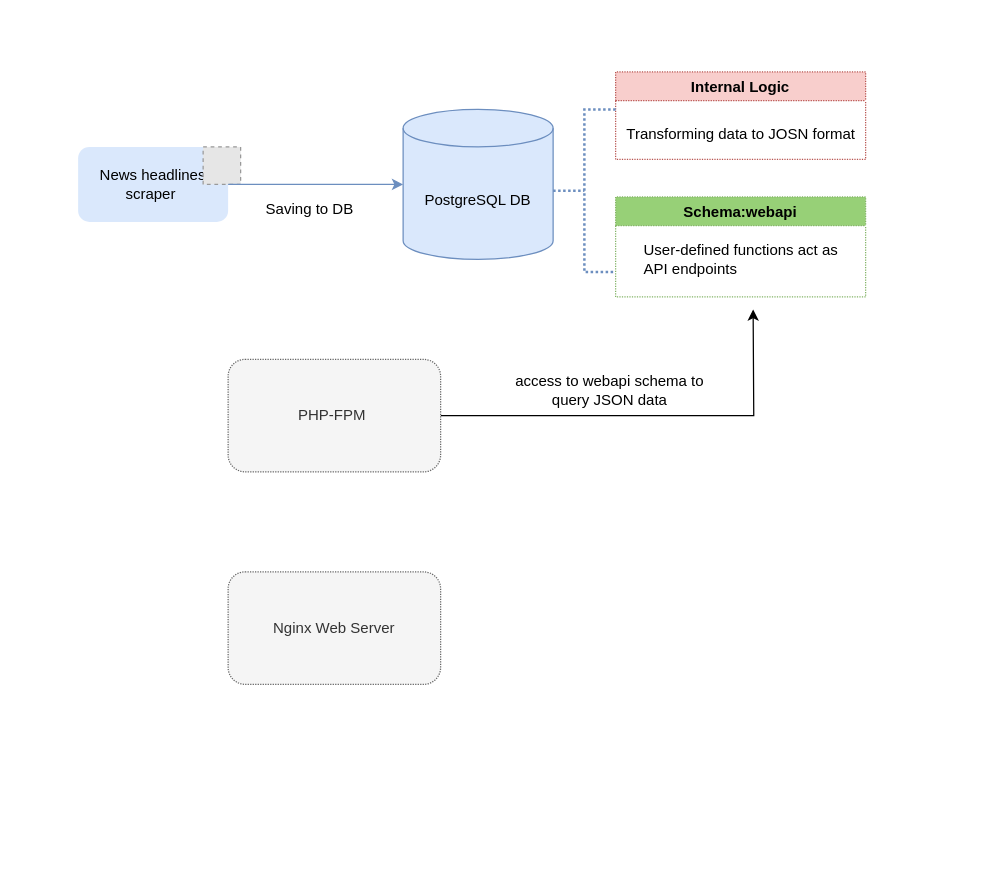
Earlier version of the draw.io diagram flashbacknews.drawio (simoncse/diagrams). Source tidied: cells renumbered, new cells numbered last; positions are measured from the earlier drawing's top-left corner, leaving out a move shared by most shapes. Both pictures are drawn from the tidied source at 125%, with x=0, y=0 at pixel (78, 71). Pictures stored in the file or linked from it are replaced by grey dashed boxes.
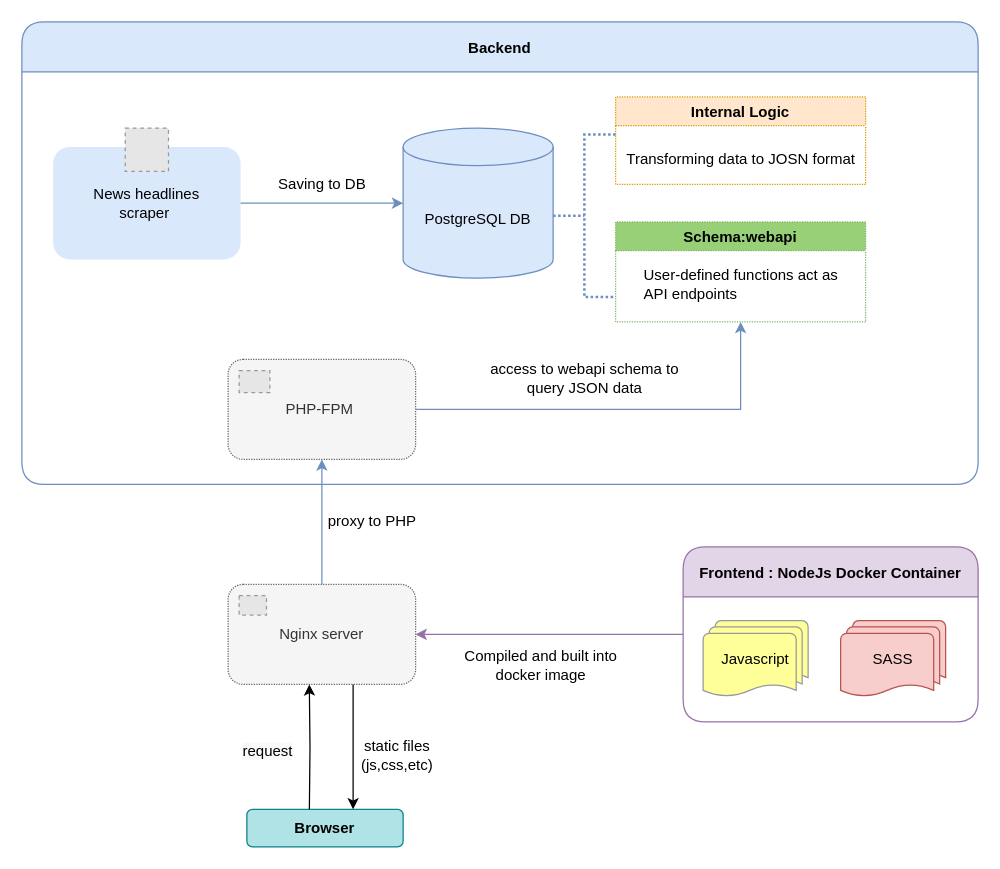
After the change.

The change refers to these unchanged cells:
```xml
<mxCell id="13" value="Schema:webapi" style="swimlane;dashed=1;dashPattern=1 1;labelBackgroundColor=none;labelBorderColor=none;fillColor=#97D077;align=center;strokeColor=#82b366;" parent="9" vertex="1">
  <mxGeometry x="50" y="100" width="200" height="80" as="geometry" />
</mxCell>
```

What changed in the source:
```diff
@@
-    <mxCell id="2" value="&lt;span&gt;PostgreSQL DB&lt;/span&gt;" style="shape=cylinder3;whiteSpace=wrap;html=1;boundedLbl=1;backgroundOutline=1;size=15;fillColor=#dae8fc;strokeColor=#6c8ebf;" parent="1" vertex="1">
-      <mxGeometry x="260" y="30" width="120" height="120" as="geometry" />
-    </mxCell>
-    <mxCell id="3" style="group;labelBackgroundColor=none;labelBorderColor=none;fontColor=#7EA6E0;" parent="1" vertex="1">
-      <mxGeometry y="60" width="130" height="60" as="geometry" />
-    </mxCell>
-    <mxCell id="4" value="News headlines scraper&amp;nbsp;" style="rounded=1;whiteSpace=wrap;html=1;fillColor=#dae8fc;strokeColor=none;dashed=1;dashPattern=1 1;" parent="3" vertex="1">
-      <mxGeometry width="120" height="60" as="geometry" />
-    </mxCell>
-    <mxCell id="5" style="fillColor=#E6E6E6;strokeColor=#999999;dashed=1;verticalLabelPosition=bottom;verticalAlign=top;fontColor=#7EA6E0;" parent="3" vertex="1">
-      <mxGeometry x="100" width="30" height="30" as="geometry" />
-    </mxCell>
-    <mxCell id="6" value="Saving to DB" style="text;html=1;align=center;verticalAlign=middle;strokeColor=none;fillColor=none;fontSize=12;fontFamily=Helvetica;fontColor=#000000;fontStyle=0;" parent="1" vertex="1">
-      <mxGeometry x="140" y="100" width="90" height="20" as="geometry" />
-    </mxCell>
-    <mxCell id="7" style="edgeStyle=orthogonalEdgeStyle;rounded=0;jettySize=auto;html=1;fontFamily=Helvetica;fontSize=12;fontColor=#000000;" parent="1" edge="1" source="8">
-      <mxGeometry x="0.32" y="-50" relative="1" as="geometry">
-        <mxPoint x="540" y="190" as="targetPoint" />
-      </mxGeometry>
-    </mxCell>
+    <mxCell id="18" style="group;" parent="1" vertex="1">
+      <mxGeometry x="120" y="230" width="150" height="80" as="geometry" />
+    </mxCell>
-    <mxCell id="8" value="PHP-FPM&amp;nbsp;" style="rounded=1;whiteSpace=wrap;html=1;dashed=1;dashPattern=1 1;labelBackgroundColor=none;labelBorderColor=none;fontFamily=Helvetica;fontSize=12;fillColor=#f5f5f5;strokeColor=#666666;fontColor=#333333;" parent="1" vertex="1">
-      <mxGeometry x="120" y="230" width="170" height="90" as="geometry" />
+    <mxCell id="8" value="PHP-FPM&amp;nbsp;" style="rounded=1;whiteSpace=wrap;html=1;dashed=1;dashPattern=1 1;labelBackgroundColor=none;labelBorderColor=none;fontFamily=Helvetica;fontSize=12;fillColor=#f5f5f5;strokeColor=#666666;fontColor=#333333;" parent="18" vertex="1">
+      <mxGeometry width="150" height="80" as="geometry" />
     </mxCell>
+    <mxCell id="19" style="fillColor=#E6E6E6;strokeColor=#999999;dashed=1;verticalLabelPosition=bottom;verticalAlign=top;labelBackgroundColor=none;fontFamily=Helvetica;fontSize=12;fontColor=#000000;" parent="18" vertex="1">
+      <mxGeometry x="8.8" y="8.9" width="24.6" height="17.6" as="geometry" />
+    </mxCell>
+    <mxCell id="20" style="group;" parent="1" vertex="1">
+      <mxGeometry x="120" y="410" width="150" height="80" as="geometry" />
+    </mxCell>
+    <mxCell id="21" value="Nginx server" style="rounded=1;whiteSpace=wrap;html=1;dashed=1;dashPattern=1 1;labelBackgroundColor=none;labelBorderColor=none;fontFamily=Helvetica;fontSize=12;fillColor=#f5f5f5;strokeColor=#666666;fontColor=#333333;" parent="20" vertex="1">
+      <mxGeometry width="150" height="80" as="geometry" />
+    </mxCell>
+    <mxCell id="22" style="fillColor=#E6E6E6;strokeColor=#999999;dashed=1;verticalLabelPosition=bottom;verticalAlign=top;labelBackgroundColor=none;fontFamily=Helvetica;fontSize=12;fontColor=#000000;" parent="20" vertex="1">
+      <mxGeometry x="8.8" y="8.9" width="21.9" height="15.7" as="geometry" />
+    </mxCell>
+    <mxCell id="23" value="proxy to PHP" style="text;html=1;align=center;verticalAlign=middle;strokeColor=none;fillColor=none;fontSize=12;fontFamily=Helvetica;fontColor=#000000;" parent="1" vertex="1">
+      <mxGeometry x="190" y="350" width="90" height="20" as="geometry" />
+    </mxCell>
+    <mxCell id="24" value="&lt;b&gt;Browser&lt;/b&gt;" style="rounded=1;whiteSpace=wrap;html=1;labelBackgroundColor=none;labelBorderColor=none;fontFamily=Helvetica;fontSize=12;fillColor=#b0e3e6;strokeColor=#0e8088;strokeWidth=1;" parent="1" vertex="1">
+      <mxGeometry x="135" y="590" width="125" height="30" as="geometry" />
+    </mxCell>
+    <mxCell id="25" style="edgeStyle=orthogonalEdgeStyle;rounded=0;jettySize=auto;html=1;fontFamily=Helvetica;fontSize=12;fontColor=#000000;entryX=0.433;entryY=1;entryDx=0;entryDy=0;entryPerimeter=0;" parent="1" edge="1" target="21">
+      <mxGeometry relative="1" as="geometry">
+        <mxPoint x="185" y="590" as="sourcePoint" />
+      </mxGeometry>
+    </mxCell>
+    <mxCell id="26" value="&lt;br&gt;static files&lt;br&gt;(js,css,etc)" style="text;html=1;align=center;verticalAlign=middle;strokeColor=none;fillColor=none;fontSize=12;fontFamily=Helvetica;fontColor=#000000;" parent="1" vertex="1">
+      <mxGeometry x="220" y="515" width="70" height="50" as="geometry" />
+    </mxCell>
+    <mxCell id="27" value="&lt;span style=&quot;color: rgb(0 , 0 , 0) ; font-family: &amp;#34;helvetica&amp;#34; ; font-size: 12px ; font-style: normal ; font-weight: 400 ; letter-spacing: normal ; text-align: center ; text-indent: 0px ; text-transform: none ; word-spacing: 0px ; background-color: rgb(248 , 249 , 250) ; display: inline ; float: none&quot;&gt;request&lt;/span&gt;" style="text;whiteSpace=wrap;html=1;fontSize=12;fontFamily=Helvetica;fontColor=#000000;" parent="1" vertex="1">
+      <mxGeometry x="130" y="530" width="80" height="30" as="geometry" />
+    </mxCell>
+    <mxCell id="28" value="Compiled and built into &lt;br&gt;docker image" style="text;html=1;align=center;verticalAlign=middle;strokeColor=none;fillColor=none;fontSize=12;fontFamily=Helvetica;fontColor=#000000;" parent="1" vertex="1">
+      <mxGeometry x="300" y="460" width="140" height="30" as="geometry" />
+    </mxCell>
+    <mxCell id="29" value="Backend" style="swimlane;rounded=1;labelBackgroundColor=none;labelBorderColor=none;fontFamily=Helvetica;fontSize=12;strokeWidth=1;startSize=40;fillColor=#dae8fc;strokeColor=#6c8ebf;" parent="1" vertex="1">
+      <mxGeometry x="-45" y="-40" width="765" height="370" as="geometry" />
+    </mxCell>
-    <mxCell id="9" style="group;" parent="1" vertex="1">
-      <mxGeometry x="380" width="250" height="180" as="geometry" />
+    <mxCell id="9" style="group;" parent="29" vertex="1">
+      <mxGeometry x="425" y="60" width="250" height="180" as="geometry" />
     </mxCell>
-    <mxCell id="10" value="Internal Logic" style="swimlane;dashed=1;dashPattern=1 1;labelBackgroundColor=none;labelBorderColor=none;fillColor=#f8cecc;align=center;strokeColor=#b85450;" parent="9" vertex="1">
+    <mxCell id="10" value="Internal Logic" style="swimlane;dashed=1;dashPattern=1 1;labelBackgroundColor=none;labelBorderColor=none;fillColor=#ffe6cc;align=center;strokeColor=#d79b00;" parent="9" vertex="1">
       <mxGeometry x="50" width="200" height="70" as="geometry" />
     </mxCell>
@@
+    <mxCell id="2" value="&lt;span&gt;PostgreSQL DB&lt;/span&gt;" style="shape=cylinder3;whiteSpace=wrap;html=1;boundedLbl=1;backgroundOutline=1;size=15;fillColor=#dae8fc;strokeColor=#6c8ebf;" parent="29" vertex="1">
+      <mxGeometry x="305" y="85" width="120" height="120" as="geometry" />
+    </mxCell>
+    <mxCell id="3" style="group;labelBackgroundColor=none;labelBorderColor=none;fontColor=#7EA6E0;" parent="29" vertex="1">
+      <mxGeometry x="25" y="115" width="150" height="90" as="geometry" />
+    </mxCell>
+    <mxCell id="4" value="News headlines &lt;br&gt;scraper&amp;nbsp;" style="rounded=1;whiteSpace=wrap;html=1;fillColor=#dae8fc;strokeColor=none;dashed=1;dashPattern=1 1;" parent="3" vertex="1">
+      <mxGeometry y="-15" width="150" height="90" as="geometry" />
+    </mxCell>
+    <mxCell id="5" style="fillColor=#E6E6E6;strokeColor=#999999;dashed=1;verticalLabelPosition=bottom;verticalAlign=top;fontColor=#7EA6E0;" parent="3" vertex="1">
+      <mxGeometry x="57.7" y="-30" width="34.6" height="34.6" as="geometry" />
+    </mxCell>
-    <mxCell id="15" style="edgeStyle=orthogonalEdgeStyle;rounded=0;jettySize=auto;html=1;fontFamily=Helvetica;fontSize=12;fontColor=#000000;fillColor=#dae8fc;strokeColor=#6c8ebf;" parent="1" edge="1" source="4" target="2">
+    <mxCell id="15" style="edgeStyle=orthogonalEdgeStyle;rounded=0;jettySize=auto;html=1;fontFamily=Helvetica;fontSize=12;fontColor=#000000;fillColor=#dae8fc;strokeColor=#6c8ebf;" parent="29" edge="1" source="4" target="2">
       <mxGeometry relative="1" as="geometry" />
     </mxCell>
+    <mxCell id="6" value="Saving to DB" style="text;html=1;align=center;verticalAlign=middle;strokeColor=none;fillColor=none;fontSize=12;fontFamily=Helvetica;fontColor=#000000;fontStyle=0;" parent="29" vertex="1">
+      <mxGeometry x="195" y="120" width="90" height="20" as="geometry" />
+    </mxCell>
-    <mxCell id="16" value="access to webapi schema to &lt;br&gt;query JSON data" style="text;html=1;align=center;verticalAlign=middle;strokeColor=none;fillColor=none;fontSize=12;fontFamily=Helvetica;fontColor=#000000;" parent="1" vertex="1">
-      <mxGeometry x="340" y="240" width="170" height="30" as="geometry" />
+    <mxCell id="16" value="access to webapi schema to &lt;br&gt;query JSON data" style="text;html=1;align=center;verticalAlign=middle;strokeColor=none;fillColor=none;fontSize=12;fontFamily=Helvetica;fontColor=#000000;" parent="29" vertex="1">
+      <mxGeometry x="365" y="270" width="170" height="30" as="geometry" />
     </mxCell>
-    <mxCell id="17" value="Nginx Web Server" style="rounded=1;whiteSpace=wrap;html=1;dashed=1;dashPattern=1 1;labelBackgroundColor=none;labelBorderColor=none;fontFamily=Helvetica;fontSize=12;fillColor=#f5f5f5;strokeColor=#666666;fontColor=#333333;" parent="1" vertex="1">
-      <mxGeometry x="120" y="400" width="170" height="90" as="geometry" />
-    </mxCell>
+    <mxCell id="30" style="edgeStyle=orthogonalEdgeStyle;rounded=0;jettySize=auto;html=1;fontFamily=Helvetica;fontSize=12;fontColor=#000000;entryX=0.5;entryY=1;entryDx=0;entryDy=0;fillColor=#dae8fc;strokeColor=#6c8ebf;" parent="1" edge="1" source="8" target="13">
+      <mxGeometry relative="1" as="geometry" />
+    </mxCell>
+    <mxCell id="31" style="edgeStyle=orthogonalEdgeStyle;rounded=0;jettySize=auto;html=1;entryX=1;entryY=0.5;entryDx=0;entryDy=0;fontFamily=Helvetica;fontSize=12;fontColor=#000000;fillColor=#e1d5e7;strokeColor=#9673a6;" parent="1" edge="1" source="32" target="21">
+      <mxGeometry relative="1" as="geometry" />
+    </mxCell>
+    <mxCell id="32" value="Frontend : NodeJs Docker Container" style="swimlane;rounded=1;shadow=0;glass=0;labelBackgroundColor=none;labelBorderColor=none;sketch=0;fontFamily=Helvetica;fontSize=12;strokeColor=#9673a6;strokeWidth=1;fillColor=#e1d5e7;startSize=40;" parent="1" vertex="1">
+      <mxGeometry x="484" y="380" width="236" height="140" as="geometry" />
+    </mxCell>
+    <mxCell id="33" value="Javascript" style="strokeWidth=1;html=1;shape=mxgraph.flowchart.multi-document;whiteSpace=wrap;rounded=1;shadow=0;glass=0;labelBackgroundColor=none;labelBorderColor=none;sketch=0;fontFamily=Helvetica;fontSize=12;fontColor=#000000;fillColor=#FFFF99;gradientColor=none;strokeColor=#999999;" parent="32" vertex="1">
+      <mxGeometry x="16" y="59" width="84" height="61.1" as="geometry" />
+    </mxCell>
+    <mxCell id="34" value="SASS" style="strokeWidth=1;html=1;shape=mxgraph.flowchart.multi-document;whiteSpace=wrap;rounded=1;shadow=0;glass=0;labelBackgroundColor=none;labelBorderColor=none;sketch=0;fontFamily=Helvetica;fontSize=12;fillColor=#f8cecc;strokeColor=#b85450;" parent="32" vertex="1">
+      <mxGeometry x="126" y="59" width="84" height="61.1" as="geometry" />
+    </mxCell>
+    <mxCell id="35" style="endArrow=classic;html=1;rounded=0;fontFamily=Helvetica;fontSize=12;fontColor=#000000;" parent="1" edge="1">
+      <mxGeometry relative="1" as="geometry">
+        <mxPoint x="220" y="490" as="sourcePoint" />
+        <mxPoint x="220" y="590" as="targetPoint" />
+      </mxGeometry>
+    </mxCell>
+    <mxCell id="36" style="edgeStyle=orthogonalEdgeStyle;rounded=0;jettySize=auto;html=1;fontFamily=Helvetica;fontSize=12;fontColor=#000000;fillColor=#dae8fc;strokeColor=#6c8ebf;" parent="1" edge="1" source="21">
+      <mxGeometry relative="1" as="geometry">
+        <mxPoint x="195" y="310" as="targetPoint" />
+      </mxGeometry>
+    </mxCell>
```
